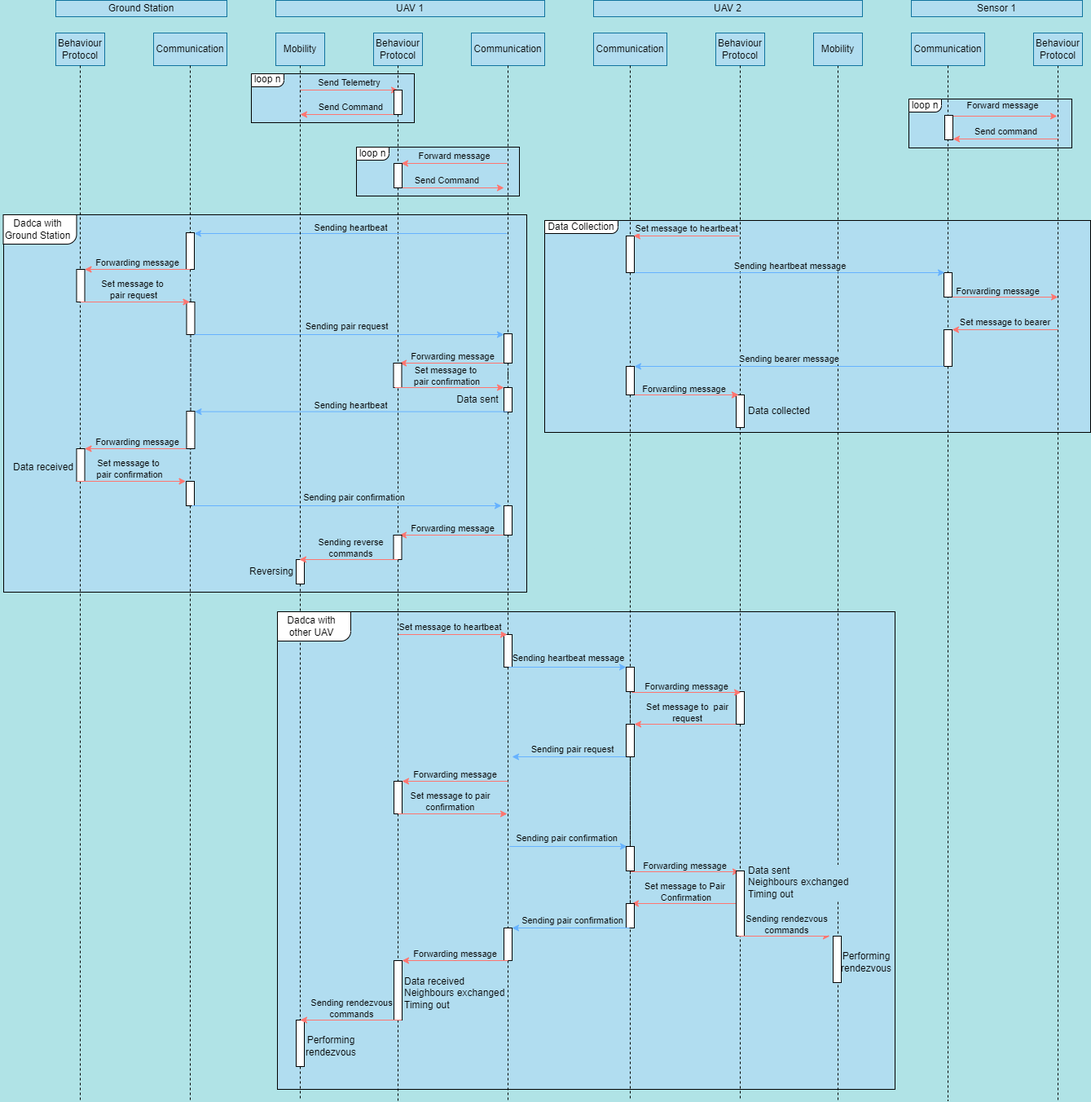
Before: assets/message_diagram.png, a diagram exported from draw.io (Project-GrADyS/gradys-simulations). Source tidied: cells renumbered, new cells last; positions are measured from the earlier drawing's top-left corner, leaving out a move shared by most shapes.
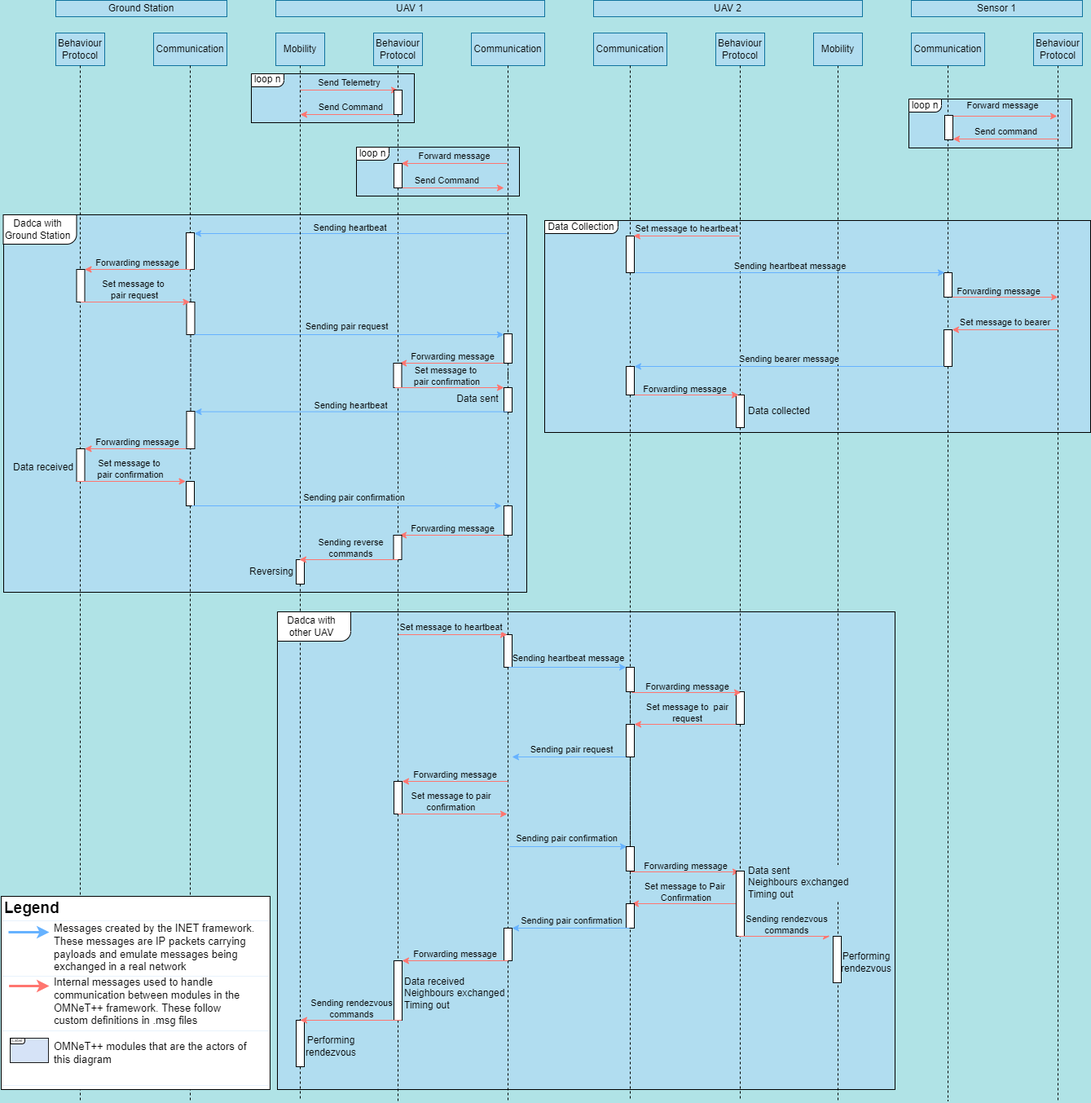
After the commit.

Commit message:
Adding legend to diagram

Change to the diagram source:
```diff
@@ -789,5 +789,65 @@
     <mxCell id="185" style="rounded=0;whiteSpace=wrap;html=1;" parent="1" vertex="1">
       <mxGeometry x="228.5" y="504" width="10" height="46" as="geometry" />
     </mxCell>
+    <mxCell id="186" style="rounded=0;whiteSpace=wrap;html=1;" parent="1" vertex="1">
+      <mxGeometry x="1" y="1099" width="330" height="237" as="geometry" />
+    </mxCell>
+    <mxCell id="187" value="&lt;div style=&quot;font-size: 19px&quot;&gt;&lt;span style=&quot;font-size: 19px&quot;&gt;Legend&lt;/span&gt;&lt;/div&gt;" style="text;html=1;align=left;verticalAlign=middle;strokeColor=none;fillColor=none;fontStyle=1;fontSize=19;" parent="1" vertex="1">
+      <mxGeometry x="3" y="1099" width="80" height="30" as="geometry" />
+    </mxCell>
+    <mxCell id="188" style="endArrow=classic;html=1;rounded=0;fontSize=18;strokeWidth=3;exitX=1;exitY=0.5;exitDx=0;exitDy=0;strokeColor=#66B2FF;" parent="1" edge="1">
+      <mxGeometry relative="1" as="geometry">
+        <mxPoint x="10" y="1143" as="sourcePoint" />
+        <mxPoint x="60" y="1143" as="targetPoint" />
+      </mxGeometry>
+    </mxCell>
+    <mxCell id="189" value="&lt;font style=&quot;font-size: 13px&quot;&gt;Messages created by the INET framework. These messages are IP packets carrying payloads and emulate messages being exchanged in a real network&lt;/font&gt;" style="text;html=1;strokeColor=none;fillColor=none;align=left;verticalAlign=middle;whiteSpace=wrap;rounded=0;" parent="1" vertex="1">
+      <mxGeometry x="64" y="1135" width="250" height="54" as="geometry" />
+    </mxCell>
+    <mxCell id="190" style="edgeStyle=orthogonalEdgeStyle;rounded=0;orthogonalLoop=1;jettySize=auto;html=1;exitX=1;exitY=0.75;exitDx=0;exitDy=0;fontSize=16;strokeWidth=3;strokeColor=#FF756F;" parent="1" edge="1">
+      <mxGeometry relative="1" as="geometry">
+        <mxPoint x="10.6" y="1209" as="sourcePoint" />
+        <mxPoint x="60" y="1209" as="targetPoint" />
+      </mxGeometry>
+    </mxCell>
+    <mxCell id="191" value="&lt;span style=&quot;font-size: 13px&quot;&gt;Internal messages used to handle communication between modules in the OMNeT++ framework. These follow custom definitions in .msg files&lt;/span&gt;" style="text;html=1;strokeColor=none;fillColor=none;align=left;verticalAlign=middle;whiteSpace=wrap;rounded=0;" parent="1" vertex="1">
+      <mxGeometry x="64" y="1201" width="250" height="54" as="geometry" />
+    </mxCell>
+    <mxCell id="192" style="rounded=0;whiteSpace=wrap;html=1;fontSize=14;align=left;verticalAlign=middle;fillColor=#D6E3F7;strokeColor=#1A1A1A;" parent="1" vertex="1">
+      <mxGeometry x="12" y="1273" width="47" height="30" as="geometry" />
+    </mxCell>
+    <mxCell id="193" value="&lt;span style=&quot;font-size: 13px&quot;&gt;OMNeT++ modules that are the actors of this diagram&lt;/span&gt;" style="text;html=1;strokeColor=none;fillColor=none;align=left;verticalAlign=top;whiteSpace=wrap;rounded=0;" parent="1" vertex="1">
+      <mxGeometry x="64" y="1269" width="250" height="54" as="geometry" />
+    </mxCell>
+    <mxCell id="194" style="endArrow=none;html=1;rounded=0;fontSize=7;strokeColor=#E8F2FC;" parent="1" edge="1">
+      <mxGeometry relative="1" as="geometry">
+        <mxPoint x="2" y="1197" as="sourcePoint" />
+        <mxPoint x="330" y="1197" as="targetPoint" />
+      </mxGeometry>
+    </mxCell>
+    <mxCell id="195" style="endArrow=none;html=1;rounded=0;fontSize=7;strokeColor=#E8F2FC;" parent="1" edge="1">
+      <mxGeometry relative="1" as="geometry">
+        <mxPoint x="2" y="1264" as="sourcePoint" />
+        <mxPoint x="330" y="1264" as="targetPoint" />
+      </mxGeometry>
+    </mxCell>
+    <mxCell id="196" style="endArrow=none;html=1;rounded=0;fontSize=7;strokeColor=#E8F2FC;" parent="1" edge="1">
+      <mxGeometry relative="1" as="geometry">
+        <mxPoint x="2" y="1331" as="sourcePoint" />
+        <mxPoint x="330" y="1331" as="targetPoint" />
+      </mxGeometry>
+    </mxCell>
+    <mxCell id="197" style="endArrow=none;html=1;rounded=0;fontSize=7;strokeColor=#E8F2FC;" parent="1" edge="1">
+      <mxGeometry relative="1" as="geometry">
+        <mxPoint x="2" y="1129" as="sourcePoint" />
+        <mxPoint x="330" y="1129" as="targetPoint" />
+      </mxGeometry>
+    </mxCell>
+    <mxCell id="198" style="verticalLabelPosition=bottom;verticalAlign=top;html=1;shape=mxgraph.basic.corner_round_rect;dx=6;fillColor=default;rotation=-180;" parent="1" vertex="1">
+      <mxGeometry x="12.5" y="1273" width="17.5" height="7" as="geometry" />
+    </mxCell>
+    <mxCell id="199" value="&lt;span style=&quot;font-size: 5px;&quot;&gt;Label&lt;/span&gt;" style="text;html=1;strokeColor=none;fillColor=none;align=center;verticalAlign=middle;whiteSpace=wrap;rounded=0;strokeWidth=1;fontSize=5;" parent="1" vertex="1">
+      <mxGeometry x="1.5" y="1270" width="40" height="9" as="geometry" />
+    </mxCell>
   </root>
 </mxGraphModel>
```
